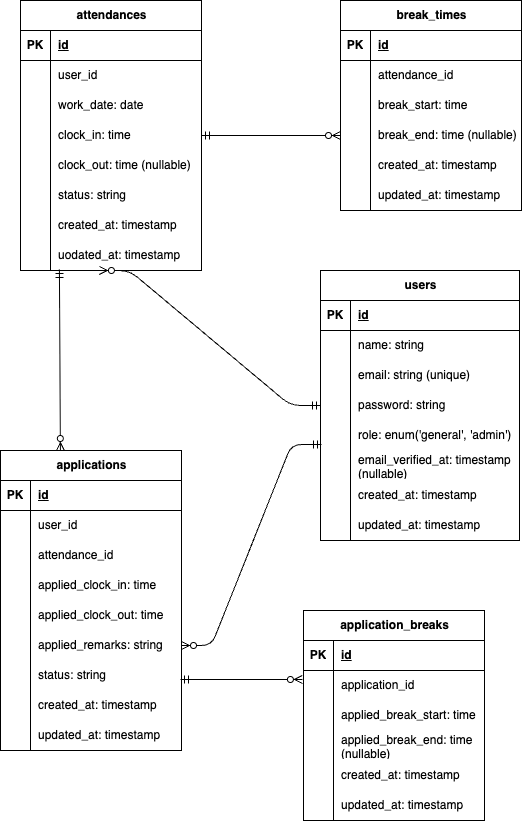
This is ER.drawio.png from Yumi-86/Attendance-Management, a draw.io export, as it was before one commit. Source tidied: cells renumbered, new cells last; positions are measured from the earlier drawing's top-left corner, leaving out a move shared by most shapes.
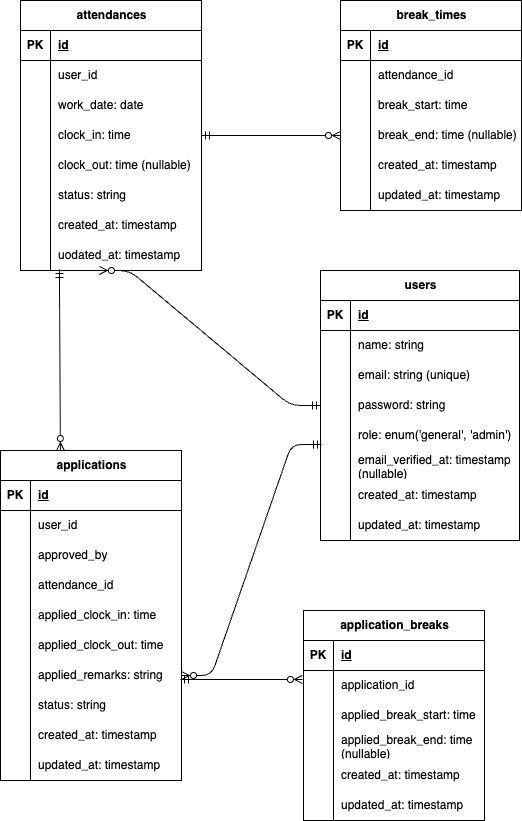
The same diagram one commit later.

Diff of the diagram source:
```diff
@@ -135,7 +135,7 @@
       <mxGeometry x="30" width="169" height="30" as="geometry" />
     </mxCell>
     <mxCell id="46" value="applications" style="shape=table;startSize=30;rowLines=0;fontStyle=1;align=center;html=1;" parent="1" vertex="1">
-      <mxGeometry y="450" width="181" height="300" as="geometry" />
+      <mxGeometry y="450" width="181" height="330" as="geometry" />
     </mxCell>
     <mxCell id="47" style="shape=tableRow;horizontal=0;startSize=0;swimlaneHead=0;swimlaneBody=0;fillColor=none;top=0;left=0;right=0;bottom=1;" parent="46" vertex="1">
       <mxGeometry y="30" width="181" height="30" as="geometry" />
@@ -155,8 +155,17 @@
     <mxCell id="52" value="user_id" style="shape=partialRectangle;fillColor=none;top=0;left=0;bottom=0;right=0;align=left;spacingLeft=6;overflow=hidden;whiteSpace=wrap;html=1;" parent="50" vertex="1">
       <mxGeometry x="30" width="151" height="30" as="geometry" />
     </mxCell>
+    <mxCell id="123" style="shape=tableRow;horizontal=0;startSize=0;swimlaneHead=0;swimlaneBody=0;fillColor=none;top=0;left=0;right=0;bottom=0;" parent="46" vertex="1">
+      <mxGeometry y="90" width="181" height="30" as="geometry" />
+    </mxCell>
+    <mxCell id="124" style="shape=partialRectangle;fillColor=none;top=0;left=0;bottom=0;right=0;overflow=hidden;whiteSpace=wrap;html=1;" parent="123" vertex="1">
+      <mxGeometry width="30" height="30" as="geometry" />
+    </mxCell>
+    <mxCell id="125" value="approved_by" style="shape=partialRectangle;fillColor=none;top=0;left=0;bottom=0;right=0;align=left;spacingLeft=6;overflow=hidden;whiteSpace=wrap;html=1;" parent="123" vertex="1">
+      <mxGeometry x="30" width="151" height="30" as="geometry" />
+    </mxCell>
     <mxCell id="53" style="shape=tableRow;horizontal=0;startSize=0;swimlaneHead=0;swimlaneBody=0;fillColor=none;top=0;left=0;right=0;bottom=0;" parent="46" vertex="1">
-      <mxGeometry y="90" width="181" height="30" as="geometry" />
+      <mxGeometry y="120" width="181" height="30" as="geometry" />
     </mxCell>
     <mxCell id="54" style="shape=partialRectangle;fillColor=none;top=0;left=0;bottom=0;right=0;overflow=hidden;whiteSpace=wrap;html=1;" parent="53" vertex="1">
       <mxGeometry width="30" height="30" as="geometry" />
@@ -165,7 +174,7 @@
       <mxGeometry x="30" width="151" height="30" as="geometry" />
     </mxCell>
     <mxCell id="56" style="shape=tableRow;horizontal=0;startSize=0;swimlaneHead=0;swimlaneBody=0;fillColor=none;top=0;left=0;right=0;bottom=0;" parent="46" vertex="1">
-      <mxGeometry y="120" width="181" height="30" as="geometry" />
+      <mxGeometry y="150" width="181" height="30" as="geometry" />
     </mxCell>
     <mxCell id="57" style="shape=partialRectangle;fillColor=none;top=0;left=0;bottom=0;right=0;overflow=hidden;whiteSpace=wrap;html=1;" parent="56" vertex="1">
       <mxGeometry width="30" height="30" as="geometry" />
@@ -174,7 +183,7 @@
       <mxGeometry x="30" width="151" height="30" as="geometry" />
     </mxCell>
     <mxCell id="59" style="shape=tableRow;horizontal=0;startSize=0;swimlaneHead=0;swimlaneBody=0;fillColor=none;top=0;left=0;right=0;bottom=0;" parent="46" vertex="1">
-      <mxGeometry y="150" width="181" height="30" as="geometry" />
+      <mxGeometry y="180" width="181" height="30" as="geometry" />
     </mxCell>
     <mxCell id="60" style="shape=partialRectangle;fillColor=none;top=0;left=0;bottom=0;right=0;overflow=hidden;whiteSpace=wrap;html=1;" parent="59" vertex="1">
       <mxGeometry width="30" height="30" as="geometry" />
@@ -183,7 +192,7 @@
       <mxGeometry x="30" width="151" height="30" as="geometry" />
     </mxCell>
     <mxCell id="62" style="shape=tableRow;horizontal=0;startSize=0;swimlaneHead=0;swimlaneBody=0;fillColor=none;points=[[0,0.5],[1,0.5]];portConstraint=eastwest;top=0;left=0;right=0;bottom=0;" parent="46" vertex="1">
-      <mxGeometry y="180" width="181" height="30" as="geometry" />
+      <mxGeometry y="210" width="181" height="30" as="geometry" />
     </mxCell>
     <mxCell id="63" style="shape=partialRectangle;fillColor=none;top=0;left=0;bottom=0;right=0;overflow=hidden;whiteSpace=wrap;html=1;" parent="62" vertex="1">
       <mxGeometry width="30" height="30" as="geometry" />
@@ -192,7 +201,7 @@
       <mxGeometry x="30" width="151" height="30" as="geometry" />
     </mxCell>
     <mxCell id="65" style="shape=tableRow;horizontal=0;startSize=0;swimlaneHead=0;swimlaneBody=0;fillColor=none;top=0;left=0;right=0;bottom=0;" parent="46" vertex="1">
-      <mxGeometry y="210" width="181" height="30" as="geometry" />
+      <mxGeometry y="240" width="181" height="30" as="geometry" />
     </mxCell>
     <mxCell id="66" style="shape=partialRectangle;fillColor=none;top=0;left=0;bottom=0;right=0;overflow=hidden;whiteSpace=wrap;html=1;" parent="65" vertex="1">
       <mxGeometry width="30" height="30" as="geometry" />
@@ -201,7 +210,7 @@
       <mxGeometry x="30" width="151" height="30" as="geometry" />
     </mxCell>
     <mxCell id="68" style="shape=tableRow;horizontal=0;startSize=0;swimlaneHead=0;swimlaneBody=0;fillColor=none;top=0;left=0;right=0;bottom=0;" parent="46" vertex="1">
-      <mxGeometry y="240" width="181" height="30" as="geometry" />
+      <mxGeometry y="270" width="181" height="30" as="geometry" />
     </mxCell>
     <mxCell id="69" style="shape=partialRectangle;fillColor=none;top=0;left=0;bottom=0;right=0;overflow=hidden;whiteSpace=wrap;html=1;" parent="68" vertex="1">
       <mxGeometry width="30" height="30" as="geometry" />
@@ -210,7 +219,7 @@
       <mxGeometry x="30" width="151" height="30" as="geometry" />
     </mxCell>
     <mxCell id="71" style="shape=tableRow;horizontal=0;startSize=0;swimlaneHead=0;swimlaneBody=0;fillColor=none;top=0;left=0;right=0;bottom=0;" parent="46" vertex="1">
-      <mxGeometry y="270" width="181" height="30" as="geometry" />
+      <mxGeometry y="300" width="181" height="30" as="geometry" />
     </mxCell>
     <mxCell id="72" style="shape=partialRectangle;fillColor=none;top=0;left=0;bottom=0;right=0;overflow=hidden;whiteSpace=wrap;html=1;" parent="71" vertex="1">
       <mxGeometry width="30" height="30" as="geometry" />
```
